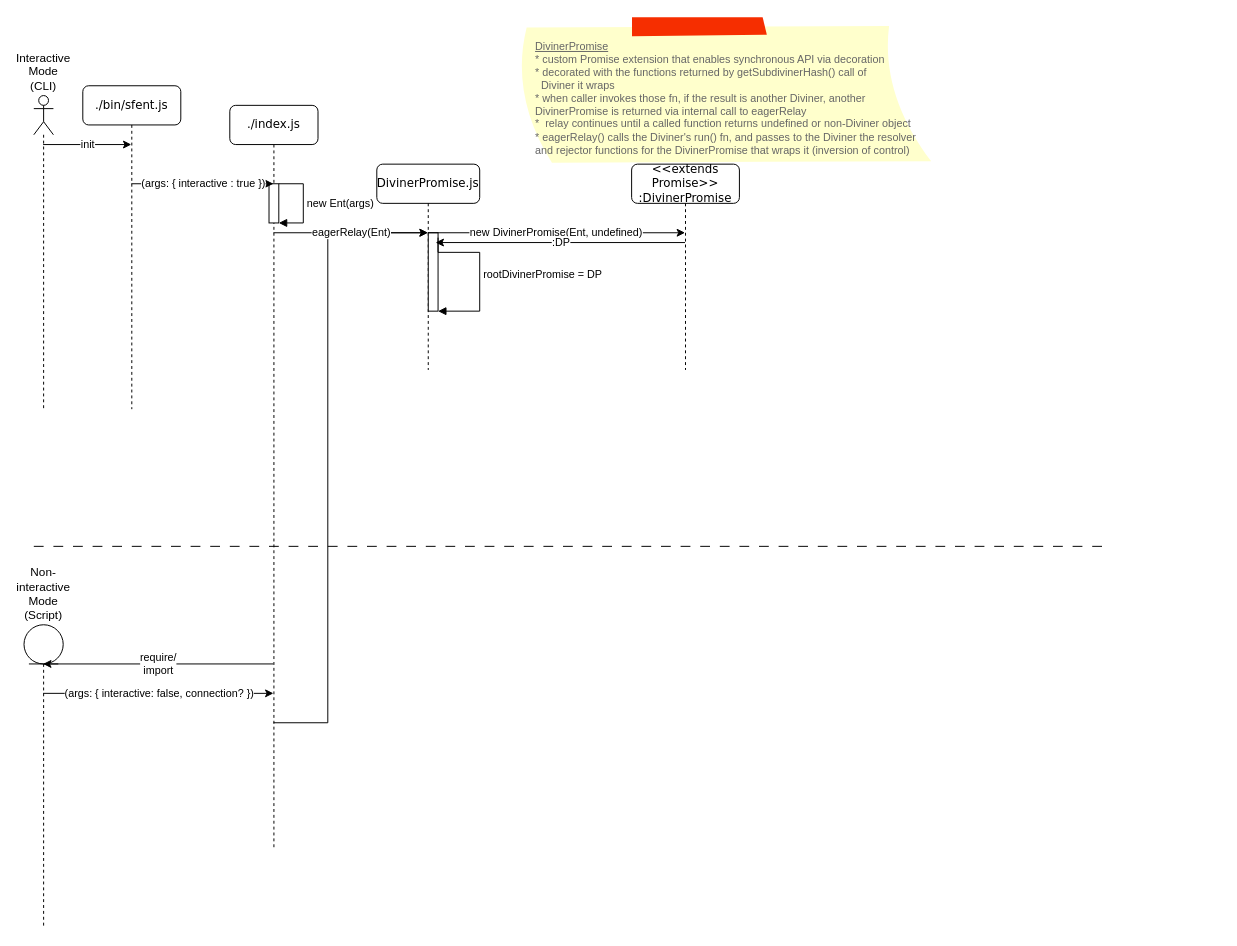
The draw.io diagram docs/technical-design.drawio in kev4ev/sf-ent, before the edit. Source tidied: cells renumbered, new cells numbered last; positions are measured from the earlier drawing's top-left corner, leaving out a move shared by most shapes. Both pictures are drawn from the tidied source at 98%, with x=0, y=0 at pixel (24, 17).
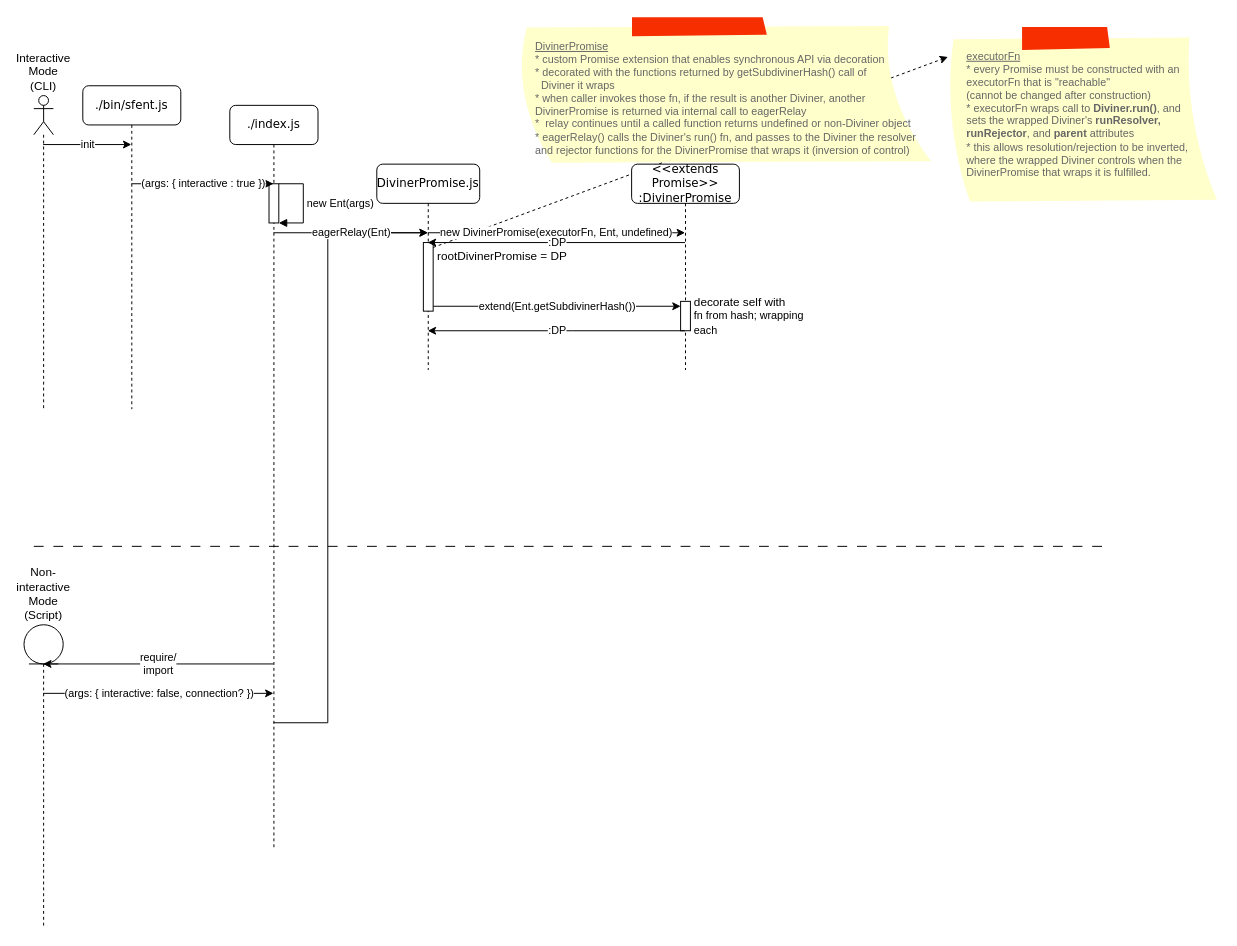
Above is the later version.

The change refers to these unchanged cells:
```xml
<mxCell id="12" value="DivinerPromise.js" style="shape=umlLifeline;perimeter=lifelinePerimeter;whiteSpace=wrap;html=1;outlineConnect=0;rounded=1;shadow=0;comic=0;labelBackgroundColor=none;strokeWidth=1;fontFamily=Verdana;fontSize=12;align=center;" parent="1" vertex="1">
  <mxGeometry x="360" y="150" width="105" height="210" as="geometry" />
</mxCell>
<mxCell id="18" value="&amp;lt;&amp;lt;extends Promise&amp;gt;&amp;gt;&lt;br&gt;:DivinerPromise" style="shape=umlLifeline;perimeter=lifelinePerimeter;whiteSpace=wrap;html=1;outlineConnect=0;rounded=1;shadow=0;comic=0;labelBackgroundColor=none;strokeWidth=1;fontFamily=Verdana;fontSize=12;align=center;" parent="1" vertex="1">
  <mxGeometry x="620" y="150" width="110" height="210" as="geometry" />
</mxCell>
```

What changed in the source:
```diff
@@
+    <mxCell id="22" style="endArrow=classic;html=1;rounded=0;entryX=0.01;entryY=0.17;entryDx=0;entryDy=0;entryPerimeter=0;dashed=1;exitX=1;exitY=0;exitDx=0;exitDy=5;exitPerimeter=0;" parent="1" edge="1" source="14" target="26">
+      <mxGeometry relative="1" as="geometry" />
+    </mxCell>
@@
-    <mxCell id="13" style="html=1;points=[[0,0,0,0,5],[0,1,0,0,-5],[1,0,0,0,5],[1,1,0,0,-5]];perimeter=orthogonalPerimeter;outlineConnect=0;targetShapes=umlLifeline;portConstraint=eastwest;newEdgeStyle={&quot;curved&quot;:0,&quot;rounded&quot;:0};" parent="12" vertex="1">
-      <mxGeometry x="52.5" y="70" width="10" height="80" as="geometry" />
-    </mxCell>
-    <mxCell id="14" value="rootDivinerPromise = DP" style="html=1;align=left;spacingLeft=2;endArrow=block;rounded=0;edgeStyle=orthogonalEdgeStyle;curved=0;rounded=0;exitX=1;exitY=0;exitDx=0;exitDy=5;exitPerimeter=0;verticalAlign=middle;" parent="12" edge="1" source="13" target="13">
-      <mxGeometry relative="1" as="geometry">
-        <Array as="points">
-          <mxPoint x="62" y="90" />
-          <mxPoint x="105" y="90" />
-          <mxPoint x="105" y="150" />
-        </Array>
-      </mxGeometry>
+    <mxCell id="14" value="rootDivinerPromise = DP" style="html=1;points=[[0,0,0,0,5],[0,1,0,0,-5],[1,0,0,0,5],[1,1,0,0,-5]];perimeter=orthogonalPerimeter;outlineConnect=0;targetShapes=umlLifeline;portConstraint=eastwest;newEdgeStyle={&quot;curved&quot;:0,&quot;rounded&quot;:0};labelPosition=right;verticalLabelPosition=middle;align=left;verticalAlign=top;spacingLeft=2;" parent="12" vertex="1">
+      <mxGeometry x="47.5" y="80" width="10" height="70" as="geometry" />
     </mxCell>
@@
+    <mxCell id="23" value="decorate self with&lt;br style=&quot;border-color: var(--border-color); font-size: 11px;&quot;&gt;&lt;span style=&quot;font-size: 11px; background-color: rgb(255, 255, 255);&quot;&gt;fn from hash; wrapping&lt;/span&gt;&lt;br style=&quot;border-color: var(--border-color); font-size: 11px;&quot;&gt;&lt;span style=&quot;font-size: 11px; background-color: rgb(255, 255, 255);&quot;&gt;each&lt;/span&gt;" style="html=1;points=[[0,0,0,0,5],[0,1,0,0,-5],[1,0,0,0,5],[1,1,0,0,-5]];perimeter=orthogonalPerimeter;outlineConnect=0;targetShapes=umlLifeline;portConstraint=eastwest;newEdgeStyle={&quot;curved&quot;:0,&quot;rounded&quot;:0};labelPosition=right;verticalLabelPosition=middle;align=left;verticalAlign=middle;spacingLeft=2;" parent="18" vertex="1">
+      <mxGeometry x="50" y="140" width="10" height="30" as="geometry" />
+    </mxCell>
-    <mxCell id="19" value="new DivinerPromise(Ent, undefined)" style="endArrow=classic;html=1;rounded=0;" parent="1" edge="1" source="12" target="18">
+    <mxCell id="19" value="new DivinerPromise(executorFn, Ent, undefined)" style="endArrow=classic;html=1;rounded=0;" parent="1" edge="1" source="12" target="18">
       <mxGeometry relative="1" as="geometry">
         <Array as="points">
           <mxPoint x="520" y="220" />
         </Array>
       </mxGeometry>
     </mxCell>
-    <mxCell id="20" value=":DP" style="endArrow=classic;html=1;rounded=0;" parent="1" edge="1" source="18">
+    <mxCell id="20" value=":DP" style="endArrow=classic;html=1;rounded=0;" parent="1" edge="1" source="18" target="12">
       <mxGeometry relative="1" as="geometry">
-        <mxPoint x="420" y="230" as="targetPoint" />
         <Array as="points">
           <mxPoint x="540" y="230" />
         </Array>
       </mxGeometry>
     </mxCell>
@@
+    <mxCell id="24" value="extend(Ent.getSubdivinerHash())" style="endArrow=classic;html=1;rounded=0;exitX=1;exitY=1;exitDx=0;exitDy=-5;exitPerimeter=0;entryX=0;entryY=0;entryDx=0;entryDy=5;entryPerimeter=0;" parent="1" edge="1" source="14" target="23">
+      <mxGeometry relative="1" as="geometry" />
+    </mxCell>
+    <mxCell id="25" value=":DP" style="endArrow=classic;html=1;rounded=0;" parent="1" edge="1" source="18" target="12">
+      <mxGeometry relative="1" as="geometry">
+        <Array as="points">
+          <mxPoint x="560" y="320" />
+        </Array>
+      </mxGeometry>
+    </mxCell>
+    <mxCell id="26" value="&lt;br&gt;&lt;u&gt;executorFn&lt;/u&gt;&lt;br&gt;* every Promise must be constructed with an executorFn that is &quot;reachable&quot;&lt;br&gt;(cannot be changed after construction)&lt;br&gt;* executorFn wraps call to &lt;b&gt;Diviner.run()&lt;/b&gt;, and&amp;nbsp;&lt;br&gt;sets the wrapped Diviner's &lt;b&gt;runResolver,&amp;nbsp;&lt;br&gt;runRejector&lt;/b&gt;, and &lt;b&gt;parent&lt;/b&gt; attributes&lt;br&gt;* this allows resolution/rejection to be inverted,&amp;nbsp;&lt;br&gt;where the wrapped Diviner controls when the&amp;nbsp;&lt;br&gt;DivinerPromise that wraps it is fulfilled." style="strokeWidth=1;shadow=0;dashed=0;align=left;html=1;shape=mxgraph.mockup.text.stickyNote2;fontColor=#666666;mainText=;fontSize=11;whiteSpace=wrap;fillColor=#ffffcc;strokeColor=#F62E00;labelPosition=center;verticalLabelPosition=middle;verticalAlign=top;spacingTop=4;spacingRight=0;spacing=2;spacingLeft=20;points=[[0.01,0.17,0,0,0]];" parent="1" vertex="1">
+      <mxGeometry x="940" y="10" width="280" height="180" as="geometry" />
+    </mxCell>
```
